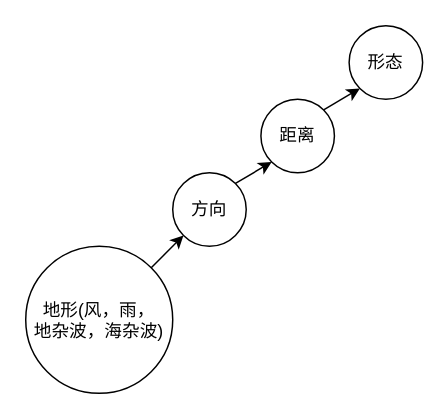
Earlier version of the draw.io diagram 环境知识图谱.drawio (undinuanao/-). Source tidied: cells renumbered, new cells numbered last; positions are measured from the earlier drawing's top-left corner, leaving out a move shared by most shapes. Both pictures are drawn from the tidied source at 147%, with x=0, y=0 at pixel (25, 25).
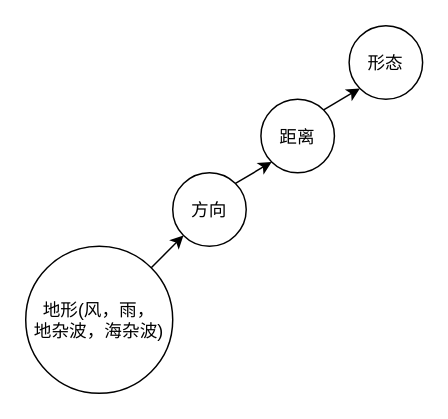
After the change.

Commit message (it also covers changes not shown here):
更新环境知识图谱.drawio

Diff of the diagram source:
```diff
@@
 <mxGraphModel>
   <root>
     <mxCell id="0" />
     <mxCell id="1" parent="0" />
     <mxCell id="2" value="地形(风，雨，&#10;地杂波，海杂波)" style="ellipse;" parent="1" vertex="1">
       <mxGeometry y="150" width="100" height="100" as="geometry" />
     </mxCell>
-    <mxCell id="3" value="方向" style="ellipse;whiteSpace=wrap;html=1;" parent="1" vertex="1">
+    <mxCell id="3" value="方向" style="ellipse;" parent="1" vertex="1">
       <mxGeometry x="100" y="100" width="50" height="50" as="geometry" />
     </mxCell>
-    <mxCell id="4" value="距离" style="ellipse;whiteSpace=wrap;html=1;" parent="1" vertex="1">
+    <mxCell id="4" value="距离" style="ellipse;" parent="1" vertex="1">
       <mxGeometry x="160" y="50" width="50" height="50" as="geometry" />
     </mxCell>
-    <mxCell id="5" value="形态" style="ellipse;whiteSpace=wrap;html=1;" parent="1" vertex="1">
+    <mxCell id="5" value="形态" style="ellipse;" parent="1" vertex="1">
       <mxGeometry x="220" width="50" height="50" as="geometry" />
     </mxCell>
-    <mxCell id="6" style="endArrow=classic;html=1;exitX=1;exitY=0;exitDx=0;exitDy=0;entryX=0;entryY=1;entryDx=0;entryDy=0;" parent="1" edge="1" source="2" target="3">
+    <mxCell id="6" style="endArrow=classic;exitX=1;exitY=0;exitDx=0;exitDy=0;entryX=0;entryY=1;entryDx=0;entryDy=0;" parent="1" edge="1" source="2" target="3">
       <mxGeometry relative="1" as="geometry" />
     </mxCell>
-    <mxCell id="7" style="endArrow=classic;html=1;exitX=1;exitY=0;exitDx=0;exitDy=0;entryX=0;entryY=1;entryDx=0;entryDy=0;" parent="1" edge="1" source="3" target="4">
+    <mxCell id="7" style="endArrow=classic;exitX=1;exitY=0;exitDx=0;exitDy=0;entryX=0;entryY=1;entryDx=0;entryDy=0;" parent="1" edge="1" source="3" target="4">
       <mxGeometry relative="1" as="geometry" />
     </mxCell>
-    <mxCell id="8" style="endArrow=classic;html=1;exitX=1;exitY=0;exitDx=0;exitDy=0;entryX=0;entryY=1;entryDx=0;entryDy=0;" parent="1" edge="1" source="4" target="5">
+    <mxCell id="8" style="endArrow=classic;exitX=1;exitY=0;exitDx=0;exitDy=0;entryX=0;entryY=1;entryDx=0;entryDy=0;" parent="1" edge="1" source="4" target="5">
       <mxGeometry relative="1" as="geometry" />
     </mxCell>
   </root>
 </mxGraphModel>
```
